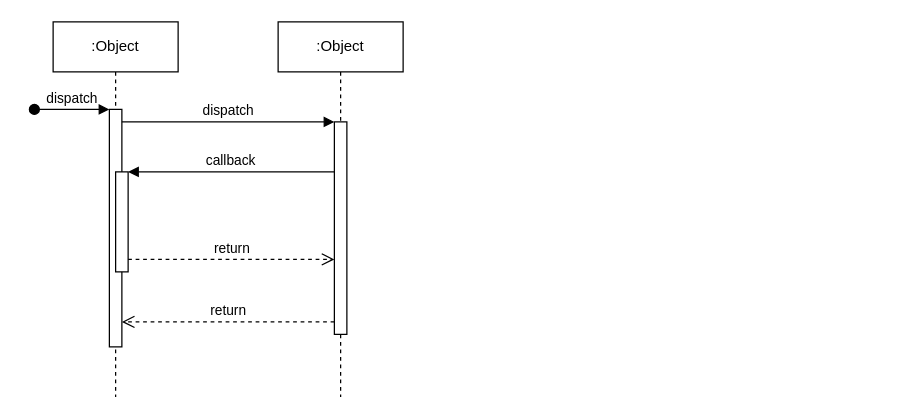
The draw.io diagram payoo_buy_voucher.drawio in minh91a1/drawio, before the edit. Source tidied: cells renumbered, new cells numbered last; positions are measured from the earlier drawing's top-left corner, leaving out a move shared by most shapes. Both pictures are drawn from the tidied source at 125%, with x=0, y=0 at pixel (34, 21).
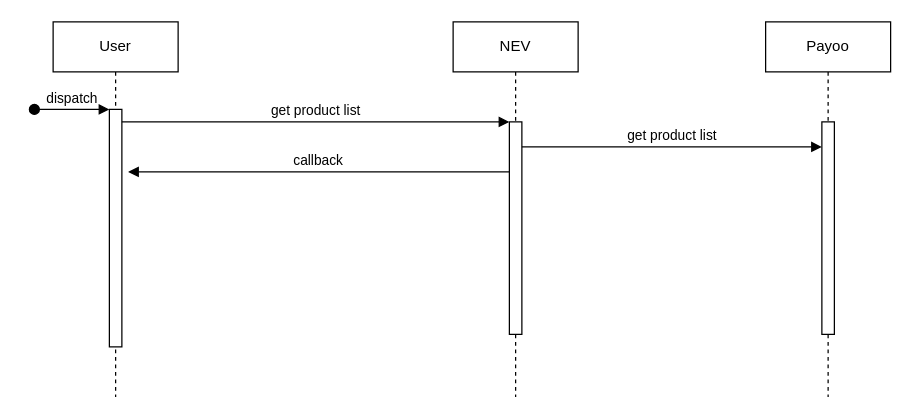
The same page after the edit.

Diff of the diagram source:
```diff
@@
 <mxGraphModel>
   <root>
     <mxCell id="0" />
     <mxCell id="1" parent="0" />
-    <mxCell id="2" value=":Object" style="shape=umlLifeline;perimeter=lifelinePerimeter;whiteSpace=wrap;html=1;newEdgeStyle={&quot;edgeStyle&quot;:&quot;elbowEdgeStyle&quot;,&quot;elbow&quot;:&quot;vertical&quot;,&quot;curved&quot;:0,&quot;rounded&quot;:0};" parent="1" vertex="1">
+    <mxCell id="2" value="User" style="shape=umlLifeline;perimeter=lifelinePerimeter;whiteSpace=wrap;html=1;newEdgeStyle={&quot;edgeStyle&quot;:&quot;elbowEdgeStyle&quot;,&quot;elbow&quot;:&quot;vertical&quot;,&quot;curved&quot;:0,&quot;rounded&quot;:0};" parent="1" vertex="1">
       <mxGeometry x="15" width="100" height="300" as="geometry" />
     </mxCell>
     <mxCell id="3" style="html=1;points=[];perimeter=orthogonalPerimeter;outlineConnect=0;targetShapes=umlLifeline;portConstraint=eastwest;newEdgeStyle={&quot;edgeStyle&quot;:&quot;elbowEdgeStyle&quot;,&quot;elbow&quot;:&quot;vertical&quot;,&quot;curved&quot;:0,&quot;rounded&quot;:0};" parent="2" vertex="1">
       <mxGeometry x="45" y="70" width="10" height="190" as="geometry" />
     </mxCell>
     <mxCell id="4" value="dispatch" style="html=1;verticalAlign=bottom;startArrow=oval;endArrow=block;startSize=8;edgeStyle=elbowEdgeStyle;elbow=vertical;curved=0;rounded=0;" parent="2" edge="1" target="3">
       <mxGeometry relative="1" as="geometry">
         <mxPoint x="-15" y="70" as="sourcePoint" />
       </mxGeometry>
     </mxCell>
-    <mxCell id="5" style="html=1;points=[];perimeter=orthogonalPerimeter;outlineConnect=0;targetShapes=umlLifeline;portConstraint=eastwest;newEdgeStyle={&quot;edgeStyle&quot;:&quot;elbowEdgeStyle&quot;,&quot;elbow&quot;:&quot;vertical&quot;,&quot;curved&quot;:0,&quot;rounded&quot;:0};" parent="2" vertex="1">
-      <mxGeometry x="50" y="120" width="10" height="80" as="geometry" />
-    </mxCell>
-    <mxCell id="6" value=":Object" style="shape=umlLifeline;perimeter=lifelinePerimeter;whiteSpace=wrap;html=1;newEdgeStyle={&quot;edgeStyle&quot;:&quot;elbowEdgeStyle&quot;,&quot;elbow&quot;:&quot;vertical&quot;,&quot;curved&quot;:0,&quot;rounded&quot;:0};" parent="1" vertex="1">
-      <mxGeometry x="195" width="100" height="300" as="geometry" />
+    <mxCell id="6" value="NEV" style="shape=umlLifeline;perimeter=lifelinePerimeter;whiteSpace=wrap;html=1;newEdgeStyle={&quot;edgeStyle&quot;:&quot;elbowEdgeStyle&quot;,&quot;elbow&quot;:&quot;vertical&quot;,&quot;curved&quot;:0,&quot;rounded&quot;:0};" parent="1" vertex="1">
+      <mxGeometry x="335" width="100" height="300" as="geometry" />
     </mxCell>
     <mxCell id="7" style="html=1;points=[];perimeter=orthogonalPerimeter;outlineConnect=0;targetShapes=umlLifeline;portConstraint=eastwest;newEdgeStyle={&quot;edgeStyle&quot;:&quot;elbowEdgeStyle&quot;,&quot;elbow&quot;:&quot;vertical&quot;,&quot;curved&quot;:0,&quot;rounded&quot;:0};" parent="6" vertex="1">
       <mxGeometry x="45" y="80" width="10" height="170" as="geometry" />
     </mxCell>
-    <mxCell id="8" value="dispatch" style="html=1;verticalAlign=bottom;endArrow=block;edgeStyle=elbowEdgeStyle;elbow=vertical;curved=0;rounded=0;" parent="1" edge="1" source="3" target="7">
+    <mxCell id="8" value="get product list" style="html=1;verticalAlign=bottom;endArrow=block;edgeStyle=elbowEdgeStyle;elbow=vertical;curved=0;rounded=0;" parent="1" edge="1" source="3" target="7">
       <mxGeometry relative="1" as="geometry">
         <Array as="points">
           <mxPoint x="155" y="80" />
         </Array>
       </mxGeometry>
     </mxCell>
-    <mxCell id="9" value="return" style="html=1;verticalAlign=bottom;endArrow=open;dashed=1;endSize=8;edgeStyle=elbowEdgeStyle;elbow=vertical;curved=0;rounded=0;" parent="1" edge="1" source="7" target="3">
-      <mxGeometry relative="1" as="geometry">
-        <Array as="points">
-          <mxPoint x="165" y="240" />
-        </Array>
-      </mxGeometry>
-    </mxCell>
-    <mxCell id="10" value="callback" style="html=1;verticalAlign=bottom;endArrow=block;edgeStyle=elbowEdgeStyle;elbow=vertical;curved=0;rounded=0;" parent="1" edge="1" source="7" target="5">
+    <mxCell id="10" value="callback" style="html=1;verticalAlign=bottom;endArrow=block;edgeStyle=elbowEdgeStyle;elbow=vertical;curved=0;rounded=0;" parent="1" edge="1" source="7">
       <mxGeometry relative="1" as="geometry">
+        <mxPoint x="75" y="120" as="targetPoint" />
         <Array as="points">
           <mxPoint x="165" y="120" />
         </Array>
       </mxGeometry>
     </mxCell>
-    <mxCell id="11" value="return" style="html=1;verticalAlign=bottom;endArrow=open;dashed=1;endSize=8;edgeStyle=elbowEdgeStyle;elbow=vertical;curved=0;rounded=0;" parent="1" edge="1" source="5" target="7">
-      <mxGeometry relative="1" as="geometry">
-        <Array as="points">
-          <mxPoint x="155" y="190" />
-        </Array>
-      </mxGeometry>
-    </mxCell>
+    <mxCell id="12" value="Payoo" style="shape=umlLifeline;perimeter=lifelinePerimeter;whiteSpace=wrap;html=1;newEdgeStyle={&quot;edgeStyle&quot;:&quot;elbowEdgeStyle&quot;,&quot;elbow&quot;:&quot;vertical&quot;,&quot;curved&quot;:0,&quot;rounded&quot;:0};" parent="1" vertex="1">
+      <mxGeometry x="585" width="100" height="300" as="geometry" />
+    </mxCell>
+    <mxCell id="13" style="html=1;points=[];perimeter=orthogonalPerimeter;outlineConnect=0;targetShapes=umlLifeline;portConstraint=eastwest;newEdgeStyle={&quot;edgeStyle&quot;:&quot;elbowEdgeStyle&quot;,&quot;elbow&quot;:&quot;vertical&quot;,&quot;curved&quot;:0,&quot;rounded&quot;:0};" parent="12" vertex="1">
+      <mxGeometry x="45" y="80" width="10" height="170" as="geometry" />
+    </mxCell>
+    <mxCell id="14" value="get product list" style="html=1;verticalAlign=bottom;endArrow=block;edgeStyle=elbowEdgeStyle;elbow=vertical;curved=0;rounded=0;" parent="1" edge="1" source="7" target="13">
+      <mxGeometry relative="1" as="geometry">
+        <Array as="points">
+          <mxPoint x="510" y="100" />
+        </Array>
+      </mxGeometry>
+    </mxCell>
   </root>
 </mxGraphModel>
```
